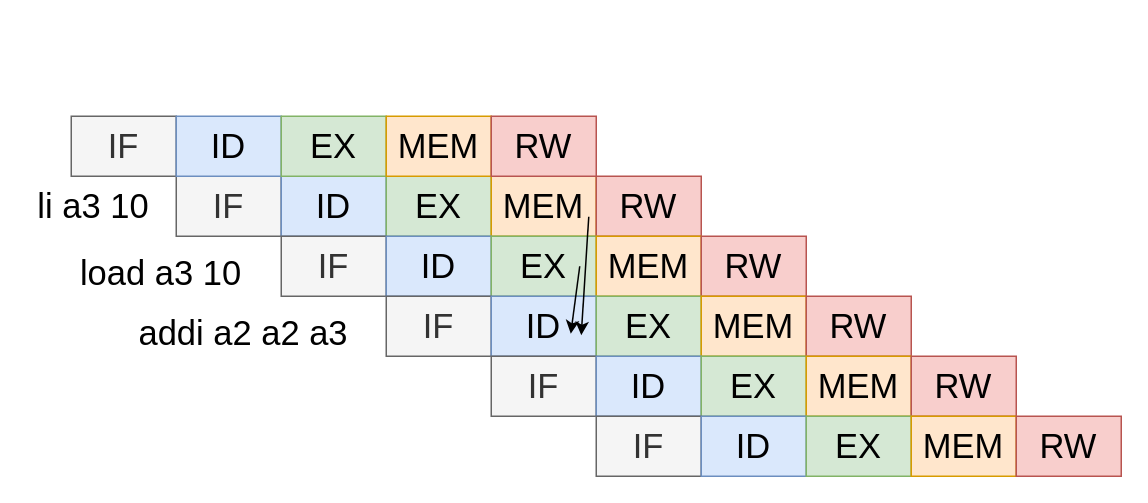
Above: npc/流水线模拟.drawio in leesum1/ysyx (draw.io), before the change. Source tidied: cells renumbered, new cells numbered last; positions are measured from the earlier drawing's top-left corner, leaving out a move shared by most shapes. Both pictures are drawn from the tidied source at 150%, with x=0, y=0 at pixel (26, 116).
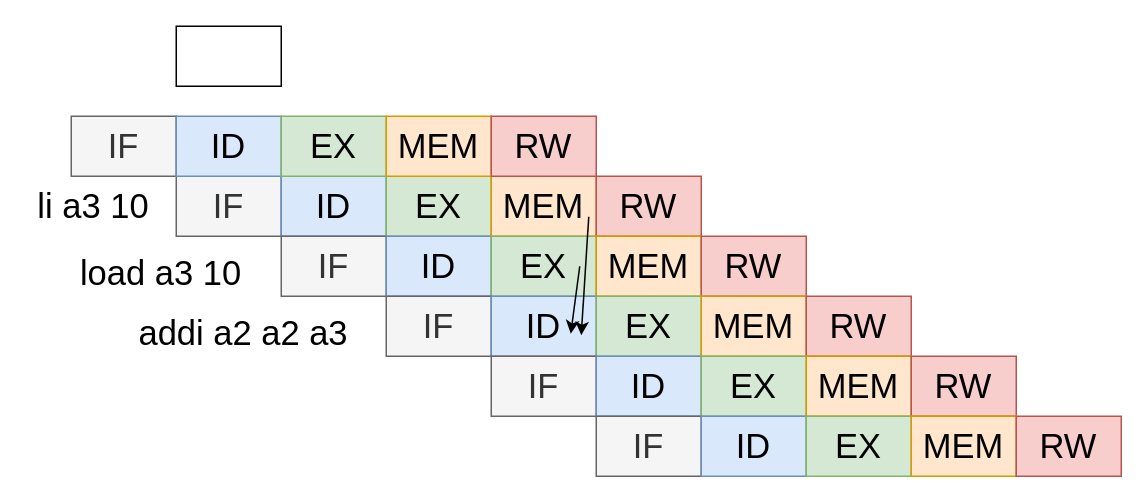
Above is the later version.

What changed in the source:
```diff
@@
+    <mxCell id="43" style="rounded=0;whiteSpace=wrap;html=1;" parent="1" vertex="1">
+      <mxGeometry x="100" y="-60" width="70" height="40" as="geometry" />
+    </mxCell>
```
